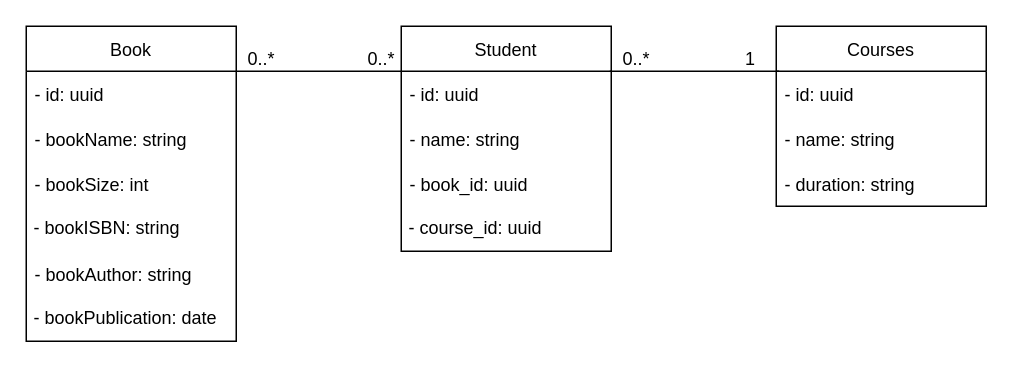
This is HomeWorkJDBC.drawio from vitko5/HomeWorkJDBC, a draw.io file, before an edit. Source tidied: cells renumbered, new cells numbered last; positions are measured from the earlier drawing's top-left corner, leaving out a move shared by most shapes. Both pictures are drawn from the tidied source at 150%, with x=0, y=0 at pixel (26, 26).
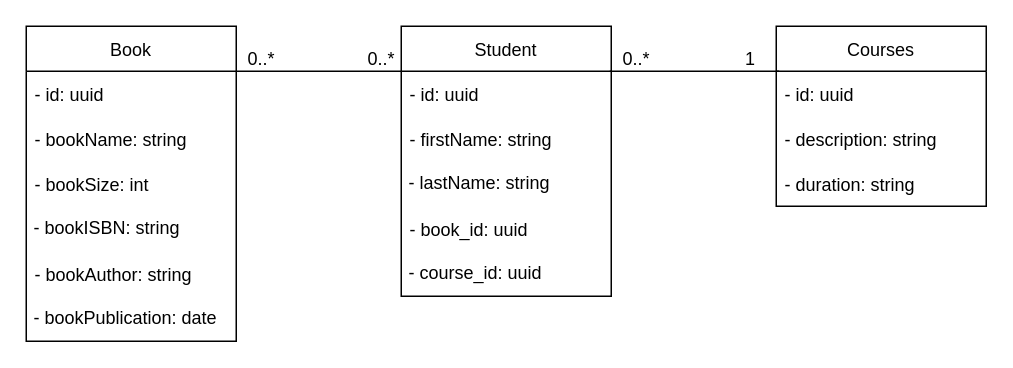
Above is the later version.

Unchanged cells that the change refers to:
```xml
<mxCell id="17" value="Courses" style="swimlane;fontStyle=0;horizontal=1;startSize=30;" parent="1" vertex="1">
  <mxGeometry x="500" width="140" height="120" as="geometry" />
</mxCell>
```

What changed in the source:
```diff
@@
     <mxCell id="9" value="Student" style="swimlane;fontStyle=0;horizontal=1;startSize=30;" parent="1" vertex="1">
-      <mxGeometry x="250" width="140" height="150" as="geometry" />
+      <mxGeometry x="250" width="140" height="180" as="geometry" />
     </mxCell>
@@
-    <mxCell id="11" value="- name: string" style="text;strokeColor=none;fillColor=none;align=left;verticalAlign=middle;spacingLeft=4;spacingRight=4;overflow=hidden;" parent="9" vertex="1">
+    <mxCell id="11" value="- firstName: string" style="text;strokeColor=none;fillColor=none;align=left;verticalAlign=middle;spacingLeft=4;spacingRight=4;overflow=hidden;" parent="9" vertex="1">
       <mxGeometry y="60" width="140" height="30" as="geometry" />
     </mxCell>
+    <mxCell id="24" value="&amp;nbsp;- lastName: string" style="text;html=1;strokeColor=none;fillColor=none;align=left;verticalAlign=middle;whiteSpace=wrap;rounded=0;" parent="9" vertex="1">
+      <mxGeometry y="90" width="140" height="30" as="geometry" />
+    </mxCell>
     <mxCell id="12" value="- book_id: uuid" style="text;strokeColor=none;fillColor=none;align=left;verticalAlign=middle;spacingLeft=4;spacingRight=4;overflow=hidden;" parent="9" vertex="1">
-      <mxGeometry y="90" width="140" height="30" as="geometry" />
+      <mxGeometry y="120" width="140" height="30" as="geometry" />
     </mxCell>
     <mxCell id="13" value="&lt;div align=&quot;left&quot;&gt;&amp;nbsp;- course_id: uuid&lt;br&gt;&lt;/div&gt;" style="text;html=1;strokeColor=none;fillColor=none;align=left;verticalAlign=middle;whiteSpace=wrap;rounded=0;" parent="9" vertex="1">
-      <mxGeometry y="120" width="140" height="30" as="geometry" />
+      <mxGeometry y="150" width="140" height="30" as="geometry" />
     </mxCell>
@@
-    <mxCell id="19" value="- name: string" style="text;strokeColor=none;fillColor=none;align=left;verticalAlign=middle;spacingLeft=4;spacingRight=4;overflow=hidden;" parent="17" vertex="1">
+    <mxCell id="19" value="- description: string" style="text;strokeColor=none;fillColor=none;align=left;verticalAlign=middle;spacingLeft=4;spacingRight=4;overflow=hidden;" parent="17" vertex="1">
       <mxGeometry y="60" width="140" height="30" as="geometry" />
     </mxCell>
```
